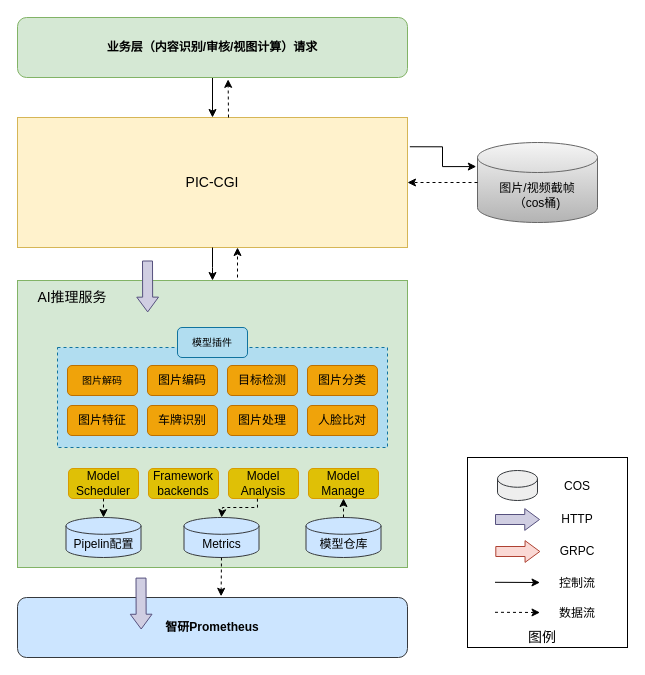
CvRocker/draw-io keeps this draw.io diagram as ci-infer.drawio. Above is the earlier version. Source tidied: cells renumbered, new cells numbered last; positions are measured from the earlier drawing's top-left corner, leaving out a move shared by most shapes. Both pictures are drawn from the tidied source at 100%, with x=0, y=0 at pixel (17, 17).
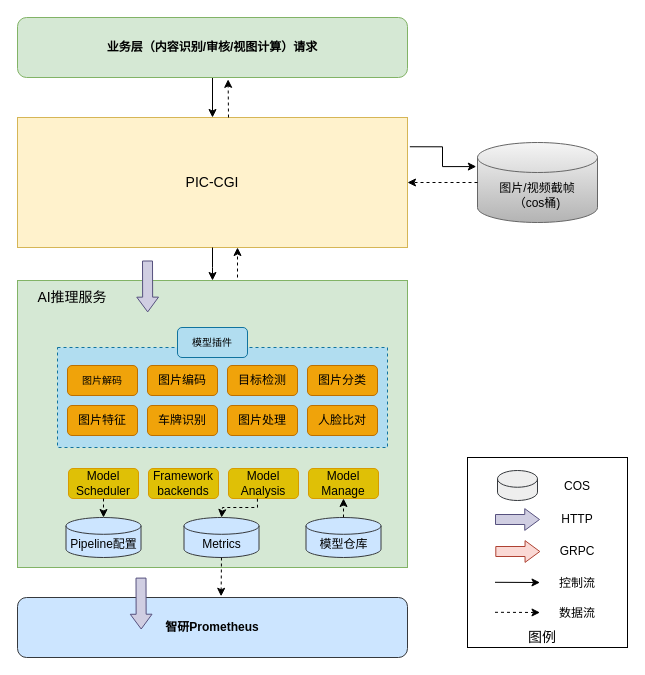
Above is the later version.

Change to the diagram source:
```diff
@@
-    <mxCell id="40" value="Pipelin配置" style="shape=cylinder3;whiteSpace=wrap;html=1;boundedLbl=1;backgroundOutline=1;size=8.399999999999864;fillColor=#cce5ff;strokeColor=#36393d;" parent="1" vertex="1">
+    <mxCell id="40" value="Pipeline配置" style="shape=cylinder3;whiteSpace=wrap;html=1;boundedLbl=1;backgroundOutline=1;size=8.399999999999864;fillColor=#cce5ff;strokeColor=#36393d;" parent="1" vertex="1">
       <mxGeometry x="48.5" y="500" width="75" height="40" as="geometry" />
     </mxCell>
```
